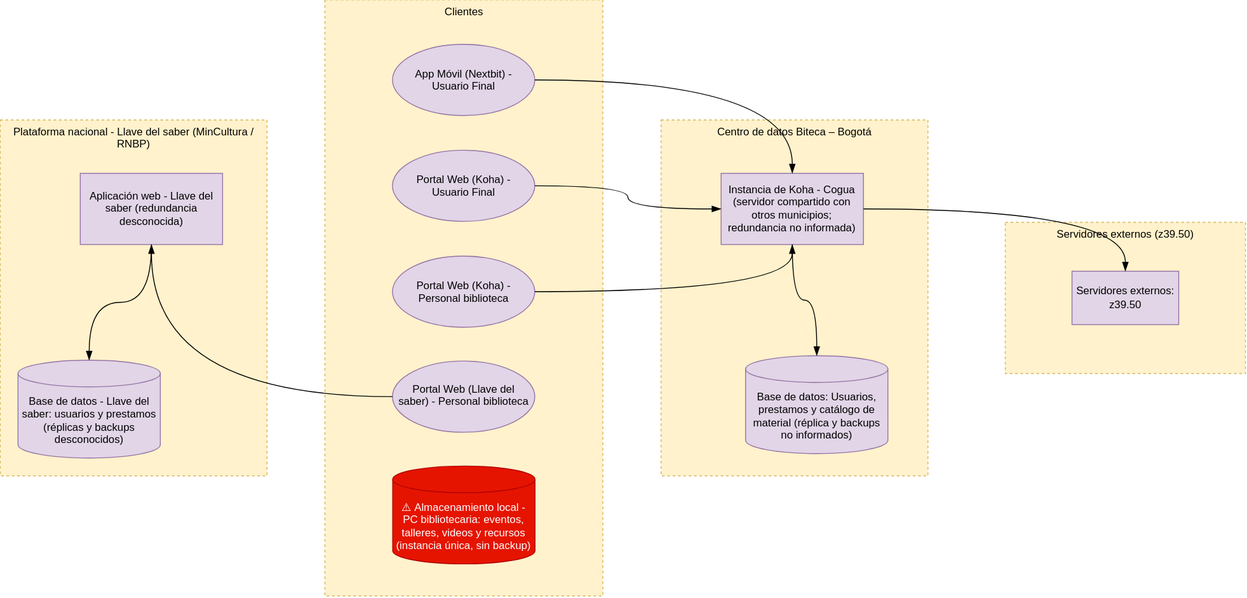
Earlier version of the draw.io export 04-infraestructura/mapa-final.drawio.svg (Jorgealis/PROYECTO-ARQUI-EMPRESARIAL). Source tidied: cells renumbered, new cells last; positions are measured from the earlier drawing's top-left corner, leaving out a move shared by most shapes.
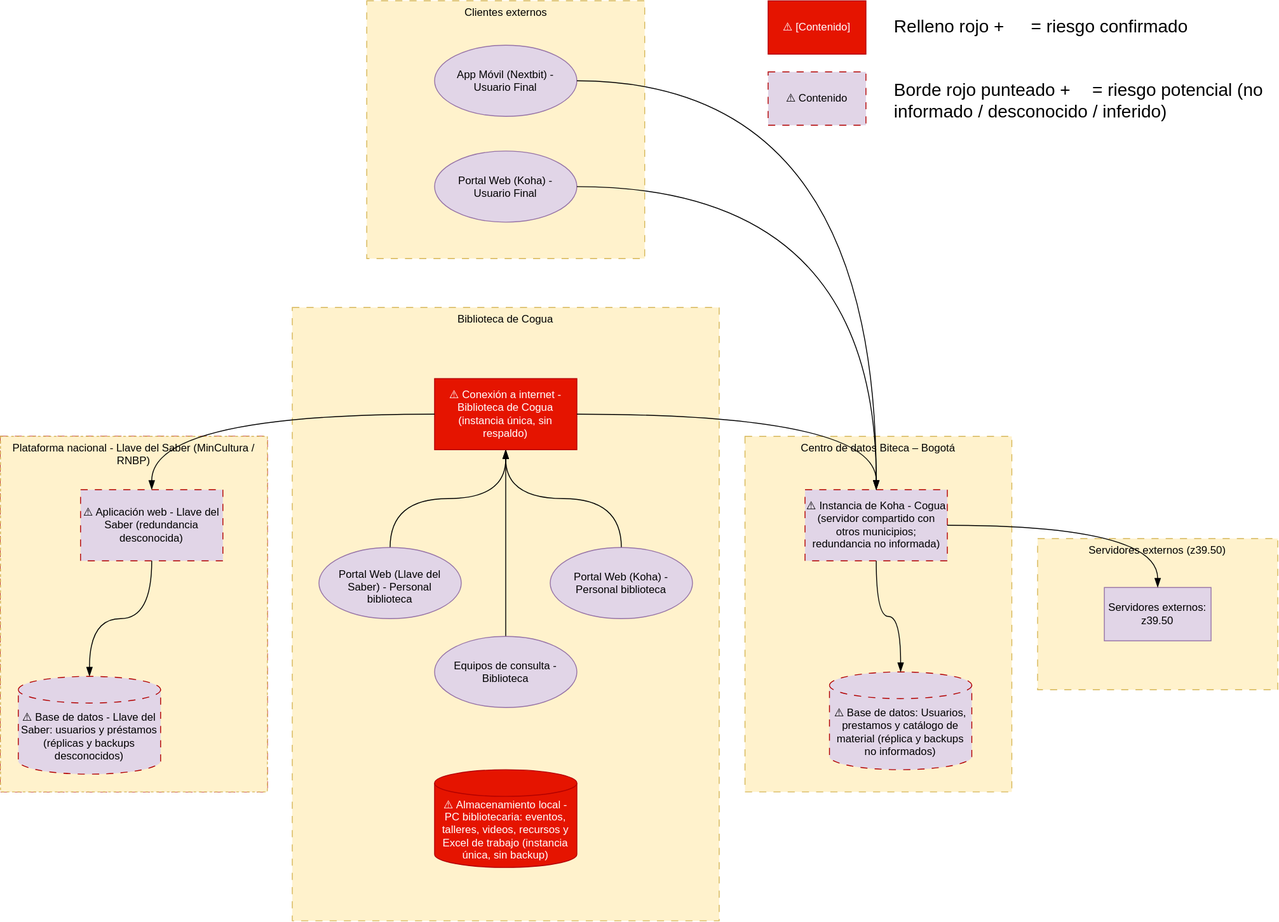
Above is the later version.

Change to the diagram source:
```diff
@@ -2,80 +2,113 @@
   <root>
     <mxCell id="0" />
     <mxCell id="1" parent="0" />
-    <mxCell id="2" style="group;fontColor=default;" parent="1" vertex="1">
-      <mxGeometry x="365" width="312.5" height="670" as="geometry" />
-    </mxCell>
-    <mxCell id="3" value="Clientes" style="whiteSpace=wrap;html=1;verticalAlign=top;fillColor=#fff2cc;strokeColor=#d6b656;dashed=1;strokeWidth=1;" parent="2" vertex="1">
-      <mxGeometry width="312.5" height="670" as="geometry" />
-    </mxCell>
-    <mxCell id="4" value="Portal Web (Llave del saber) - Personal biblioteca" style="ellipse;whiteSpace=wrap;html=1;shapeInside=1;fillColor=#e1d5e7;strokeColor=#9673a6;" parent="2" vertex="1">
-      <mxGeometry x="76" y="406" width="160" height="80" as="geometry" />
-    </mxCell>
-    <mxCell id="5" value="App Móvil (Nextbit) - Usuario Final" style="ellipse;whiteSpace=wrap;html=1;shapeInside=1;fillColor=#e1d5e7;strokeColor=#9673a6;" parent="2" vertex="1">
-      <mxGeometry x="76" y="50" width="160" height="80" as="geometry" />
-    </mxCell>
-    <mxCell id="6" value="Portal Web (Koha) - Usuario Final" style="ellipse;whiteSpace=wrap;html=1;shapeInside=1;fillColor=#e1d5e7;strokeColor=#9673a6;" parent="2" vertex="1">
-      <mxGeometry x="76" y="169" width="160" height="80" as="geometry" />
-    </mxCell>
-    <mxCell id="7" value="Portal Web (Koha) - Personal biblioteca" style="ellipse;whiteSpace=wrap;html=1;shapeInside=1;fillColor=#e1d5e7;strokeColor=#9673a6;" parent="2" vertex="1">
-      <mxGeometry x="76" y="288" width="160" height="80" as="geometry" />
-    </mxCell>
-    <mxCell id="8" value="&lt;span style=&quot;color: rgb(255, 255, 255);&quot;&gt;&lt;span style=&quot;font-size: 12px;&quot;&gt;⚠️&lt;/span&gt;&lt;font&gt;&amp;nbsp;&lt;/font&gt;Almacenamiento local - PC bibliotecaria: eventos, talleres, videos y recursos (instancia única, sin backup)&lt;/span&gt;" style="shape=cylinder3;whiteSpace=wrap;html=1;boundedLbl=1;backgroundOutline=1;size=15;fillColor=#e51400;strokeColor=#B20000;labelBackgroundColor=none;fontColor=#ffffff;" parent="2" vertex="1">
-      <mxGeometry x="76.2" y="524" width="160" height="110" as="geometry" />
-    </mxCell>
+    <mxCell id="27" style="group;" parent="1" vertex="1">
+      <mxGeometry x="-110" y="-60" width="300" height="400" as="geometry" />
+    </mxCell>
-    <mxCell id="9" style="group;" parent="1" vertex="1">
-      <mxGeometry y="135" width="300" height="400" as="geometry" />
+    <mxCell id="9" style="group;dashed=1;dashPattern=8 8;strokeColor=#B20000;align=center;verticalAlign=middle;fontFamily=Helvetica;fontSize=12;fontColor=default;fillColor=#e1d5e7;" parent="27" vertex="1">
+      <mxGeometry width="300" height="400" as="geometry" />
     </mxCell>
-    <mxCell id="10" value="Plataforma nacional - Llave del saber (MinCultura / RNBP)" style="whiteSpace=wrap;html=1;strokeColor=#d6b656;align=center;verticalAlign=top;fontFamily=Helvetica;fontSize=12;fontColor=default;fillColor=#fff2cc;dashed=1;strokeWidth=1;" parent="9" vertex="1">
+    <mxCell id="10" value="Plataforma nacional - Llave del Saber (MinCultura / RNBP)" style="whiteSpace=wrap;html=1;strokeColor=#d6b656;align=center;verticalAlign=top;fontFamily=Helvetica;fontSize=12;fontColor=default;fillColor=#fff2cc;dashed=1;strokeWidth=1;" parent="27" vertex="1">
       <mxGeometry width="300" height="400" as="geometry" />
     </mxCell>
-    <mxCell id="11" value="Aplicación web - Llave del saber (redundancia desconocida)" style="whiteSpace=wrap;html=1;fillColor=#e1d5e7;strokeColor=#9673a6;" parent="9" vertex="1">
+    <mxCell id="11" value="⚠️ Aplicación web - Llave del Saber (redundancia desconocida)" style="whiteSpace=wrap;html=1;fillColor=#e1d5e7;strokeColor=#B20000;dashed=1;align=center;verticalAlign=middle;fontFamily=Helvetica;fontSize=12;fontColor=default;dashPattern=8 8;" parent="27" vertex="1">
       <mxGeometry x="90" y="60" width="160" height="80" as="geometry" />
     </mxCell>
-    <mxCell id="12" value="Base de datos - Llave del saber: usuarios y prestamos (réplicas y backups desconocidos)" style="shape=cylinder3;whiteSpace=wrap;html=1;boundedLbl=1;backgroundOutline=1;size=15;fillColor=#e1d5e7;strokeColor=#9673a6;" parent="9" vertex="1">
+    <mxCell id="12" value="⚠️ Base de datos - Llave del Saber: usuarios y préstamos (réplicas y backups desconocidos)" style="shape=cylinder3;whiteSpace=wrap;html=1;boundedLbl=1;backgroundOutline=1;size=15;fillColor=#e1d5e7;strokeColor=#B20000;dashed=1;align=center;verticalAlign=middle;fontFamily=Helvetica;fontSize=12;fontColor=default;dashPattern=8 8;" parent="27" vertex="1">
       <mxGeometry x="20" y="270" width="160" height="110" as="geometry" />
     </mxCell>
-    <mxCell id="13" style="shape=connector;rounded=0;jettySize=auto;html=1;strokeColor=default;align=center;verticalAlign=middle;fontFamily=Helvetica;fontSize=11;fontColor=default;labelBackgroundColor=none;startSize=8;endArrow=blockThin;endFill=1;endSize=8;edgeStyle=orthogonalEdgeStyle;curved=1;" parent="9" edge="1" source="11" target="12">
+    <mxCell id="13" style="shape=connector;rounded=0;jettySize=auto;html=1;strokeColor=default;align=center;verticalAlign=middle;fontFamily=Helvetica;fontSize=11;fontColor=default;labelBackgroundColor=none;startSize=8;endArrow=blockThin;endFill=1;endSize=8;edgeStyle=orthogonalEdgeStyle;curved=1;" parent="27" edge="1" source="11" target="12">
       <mxGeometry relative="1" as="geometry" />
     </mxCell>
-    <mxCell id="14" style="group;" parent="1" vertex="1">
-      <mxGeometry x="743" y="135" width="300" height="400" as="geometry" />
-    </mxCell>
+    <mxCell id="28" style="group;" parent="1" vertex="1">
+      <mxGeometry x="301.8" y="-550" width="312.5" height="290" as="geometry" />
+    </mxCell>
+    <mxCell id="3" value="Clientes externos" style="whiteSpace=wrap;html=1;verticalAlign=top;fillColor=#fff2cc;strokeColor=#d6b656;dashed=1;strokeWidth=1;dashPattern=8 8;" parent="28" vertex="1">
+      <mxGeometry width="312.5" height="290" as="geometry" />
+    </mxCell>
+    <mxCell id="5" value="App Móvil (Nextbit) - Usuario Final" style="ellipse;whiteSpace=wrap;html=1;shapeInside=1;fillColor=#e1d5e7;strokeColor=#9673a6;" parent="28" vertex="1">
+      <mxGeometry x="76.2" y="50" width="160" height="80" as="geometry" />
+    </mxCell>
+    <mxCell id="6" value="Portal Web (Koha) - Usuario Final" style="ellipse;whiteSpace=wrap;html=1;shapeInside=1;fillColor=#e1d5e7;strokeColor=#9673a6;" parent="28" vertex="1">
+      <mxGeometry x="76.2" y="169" width="160" height="80" as="geometry" />
+    </mxCell>
+    <mxCell id="29" style="group;" parent="1" vertex="1">
+      <mxGeometry x="1056" y="55" width="270" height="170" as="geometry" />
+    </mxCell>
+    <mxCell id="20" value="Servidores externos (z39.50)" style="whiteSpace=wrap;html=1;strokeColor=#d6b656;align=center;verticalAlign=top;fontFamily=Helvetica;fontSize=12;fontColor=default;fillColor=#fff2cc;dashed=1;strokeWidth=1;dashPattern=8 8;" parent="29" vertex="1">
+      <mxGeometry width="270" height="170" as="geometry" />
+    </mxCell>
+    <mxCell id="21" value="Servidores externos: z39.50" style="whiteSpace=wrap;html=1;fillColor=#e1d5e7;strokeColor=#9673a6;" parent="29" vertex="1">
+      <mxGeometry x="75" y="55" width="120" height="60" as="geometry" />
+    </mxCell>
+    <mxCell id="30" style="group;" parent="1" vertex="1">
+      <mxGeometry x="727" y="-60" width="300" height="400" as="geometry" />
+    </mxCell>
-    <mxCell id="15" value="Centro de datos Biteca – Bogotá" style="whiteSpace=wrap;html=1;strokeColor=#d6b656;align=center;verticalAlign=top;fontFamily=Helvetica;fontSize=12;fontColor=default;fillColor=#fff2cc;dashed=1;strokeWidth=1;" parent="14" vertex="1">
+    <mxCell id="15" value="Centro de datos Biteca – Bogotá" style="whiteSpace=wrap;html=1;strokeColor=#d6b656;align=center;verticalAlign=top;fontFamily=Helvetica;fontSize=12;fontColor=default;fillColor=#fff2cc;dashed=1;strokeWidth=1;dashPattern=8 8;" parent="30" vertex="1">
       <mxGeometry width="300" height="400" as="geometry" />
     </mxCell>
-    <mxCell id="16" value="Instancia de Koha - Cogua (servidor compartido con otros municipios; redundancia no informada)" style="whiteSpace=wrap;html=1;fillColor=#e1d5e7;strokeColor=#9673a6;" parent="14" vertex="1">
+    <mxCell id="16" value="⚠️ Instancia de Koha - Cogua (servidor compartido con otros municipios; redundancia no informada)" style="whiteSpace=wrap;html=1;fillColor=#e1d5e7;strokeColor=#B20000;align=center;verticalAlign=middle;fontFamily=Helvetica;fontSize=12;fontColor=default;dashed=1;dashPattern=8 8;" parent="30" vertex="1">
       <mxGeometry x="67.5" y="60" width="160" height="80" as="geometry" />
     </mxCell>
-    <mxCell id="17" value="Base de datos: Usuarios, prestamos y catálogo de material (réplica y backups no informados)" style="shape=cylinder3;whiteSpace=wrap;html=1;boundedLbl=1;backgroundOutline=1;size=15;fillColor=#e1d5e7;strokeColor=#9673a6;" parent="14" vertex="1">
+    <mxCell id="17" value="⚠️ Base de datos: Usuarios, prestamos y catálogo de material (réplica y backups no informados)" style="shape=cylinder3;whiteSpace=wrap;html=1;boundedLbl=1;backgroundOutline=1;size=15;fillColor=#e1d5e7;strokeColor=#B20000;dashed=1;align=center;verticalAlign=middle;fontFamily=Helvetica;fontSize=12;fontColor=default;dashPattern=8 8;" parent="30" vertex="1">
       <mxGeometry x="95" y="265" width="160" height="110" as="geometry" />
     </mxCell>
-    <mxCell id="18" style="shape=connector;rounded=0;jettySize=auto;html=1;strokeColor=default;align=center;verticalAlign=middle;fontFamily=Helvetica;fontSize=11;fontColor=default;labelBackgroundColor=none;startSize=8;endArrow=blockThin;endFill=1;endSize=8;edgeStyle=orthogonalEdgeStyle;curved=1;" parent="14" edge="1" source="16" target="17">
+    <mxCell id="18" style="shape=connector;rounded=0;jettySize=auto;html=1;strokeColor=default;align=center;verticalAlign=middle;fontFamily=Helvetica;fontSize=11;fontColor=default;labelBackgroundColor=none;startSize=8;endArrow=blockThin;endFill=1;endSize=8;edgeStyle=orthogonalEdgeStyle;curved=1;" parent="30" edge="1" source="16" target="17">
       <mxGeometry relative="1" as="geometry" />
     </mxCell>
-    <mxCell id="19" style="group;" parent="1" vertex="1">
-      <mxGeometry x="1130" y="250" width="270" height="170" as="geometry" />
-    </mxCell>
-    <mxCell id="20" value="Servidores externos (z39.50)" style="whiteSpace=wrap;html=1;strokeColor=#d6b656;align=center;verticalAlign=top;fontFamily=Helvetica;fontSize=12;fontColor=default;fillColor=#fff2cc;dashed=1;strokeWidth=1;" parent="19" vertex="1">
-      <mxGeometry width="270" height="170" as="geometry" />
-    </mxCell>
-    <mxCell id="21" value="Servidores externos: z39.50" style="whiteSpace=wrap;html=1;fillColor=#e1d5e7;strokeColor=#9673a6;" parent="19" vertex="1">
-      <mxGeometry x="75" y="55" width="120" height="60" as="geometry" />
-    </mxCell>
+    <mxCell id="31" style="group;" parent="1" vertex="1">
+      <mxGeometry x="218" y="-205" width="480" height="690" as="geometry" />
+    </mxCell>
+    <mxCell id="32" value="Biblioteca de Cogua" style="whiteSpace=wrap;html=1;strokeColor=#d6b656;align=center;verticalAlign=top;fontFamily=Helvetica;fontSize=12;fontColor=default;fillColor=#fff2cc;dashed=1;strokeWidth=1;dashPattern=8 8;" parent="31" vertex="1">
+      <mxGeometry width="480" height="690" as="geometry" />
+    </mxCell>
+    <mxCell id="33" style="edgeStyle=orthogonalEdgeStyle;shape=connector;curved=1;rounded=0;jettySize=auto;html=1;strokeColor=default;align=center;verticalAlign=middle;fontFamily=Helvetica;fontSize=11;fontColor=default;labelBackgroundColor=none;startSize=8;endArrow=blockThin;endFill=1;endSize=8;" parent="31" edge="1" source="4" target="37">
+      <mxGeometry relative="1" as="geometry" />
+    </mxCell>
+    <mxCell id="4" value="Portal Web (Llave del Saber) - Personal biblioteca" style="ellipse;whiteSpace=wrap;html=1;shapeInside=1;fillColor=#e1d5e7;strokeColor=#9673a6;" parent="31" vertex="1">
+      <mxGeometry x="30" y="270" width="160" height="80" as="geometry" />
+    </mxCell>
+    <mxCell id="34" style="edgeStyle=orthogonalEdgeStyle;shape=connector;curved=1;rounded=0;jettySize=auto;html=1;strokeColor=default;align=center;verticalAlign=middle;fontFamily=Helvetica;fontSize=11;fontColor=default;labelBackgroundColor=none;startSize=8;endArrow=blockThin;endFill=1;endSize=8;" parent="31" edge="1" source="7" target="37">
+      <mxGeometry relative="1" as="geometry" />
+    </mxCell>
+    <mxCell id="7" value="Portal Web (Koha) - Personal biblioteca" style="ellipse;whiteSpace=wrap;html=1;shapeInside=1;fillColor=#e1d5e7;strokeColor=#9673a6;" parent="31" vertex="1">
+      <mxGeometry x="290" y="270" width="160" height="80" as="geometry" />
+    </mxCell>
+    <mxCell id="8" value="&lt;span style=&quot;color: rgb(255, 255, 255);&quot;&gt;&lt;span style=&quot;font-size: 12px;&quot;&gt;⚠️&lt;/span&gt;&lt;font&gt;&amp;nbsp;&lt;/font&gt;Almacenamiento local - PC bibliotecaria: eventos, talleres, videos, recursos y Excel de trabajo (instancia única, sin backup)&lt;/span&gt;" style="shape=cylinder3;whiteSpace=wrap;html=1;boundedLbl=1;backgroundOutline=1;size=15;fillColor=#e51400;strokeColor=#B20000;labelBackgroundColor=none;fontColor=#ffffff;" parent="31" vertex="1">
+      <mxGeometry x="160" y="520" width="160" height="110" as="geometry" />
+    </mxCell>
+    <mxCell id="35" style="edgeStyle=orthogonalEdgeStyle;shape=connector;curved=1;rounded=0;jettySize=auto;html=1;strokeColor=default;align=center;verticalAlign=middle;fontFamily=Helvetica;fontSize=11;fontColor=default;labelBackgroundColor=none;startSize=8;endArrow=blockThin;endFill=1;endSize=8;" parent="31" edge="1" source="36" target="37">
+      <mxGeometry relative="1" as="geometry" />
+    </mxCell>
+    <mxCell id="36" value="Equipos de consulta - Biblioteca" style="ellipse;whiteSpace=wrap;html=1;shapeInside=1;fillColor=#e1d5e7;strokeColor=#9673a6;" parent="31" vertex="1">
+      <mxGeometry x="160" y="370" width="160" height="80" as="geometry" />
+    </mxCell>
+    <mxCell id="37" value="⚠️ Conexión a internet - Biblioteca de Cogua (instancia única, sin respaldo)" style="whiteSpace=wrap;html=1;fillColor=#e51400;strokeColor=#B20000;align=center;verticalAlign=middle;fontFamily=Helvetica;fontSize=12;fontColor=#ffffff;labelBackgroundColor=none;" parent="31" vertex="1">
+      <mxGeometry x="160" y="80" width="160" height="80" as="geometry" />
+    </mxCell>
     <mxCell id="22" style="shape=connector;rounded=0;jettySize=auto;html=1;strokeColor=default;align=center;verticalAlign=middle;fontFamily=Helvetica;fontSize=11;fontColor=default;labelBackgroundColor=none;startSize=8;endArrow=blockThin;endFill=1;endSize=8;edgeStyle=orthogonalEdgeStyle;curved=1;" parent="1" edge="1" source="5" target="16">
       <mxGeometry relative="1" as="geometry" />
     </mxCell>
     <mxCell id="23" style="shape=connector;rounded=0;jettySize=auto;html=1;strokeColor=default;align=center;verticalAlign=middle;fontFamily=Helvetica;fontSize=11;fontColor=default;labelBackgroundColor=none;startSize=8;endArrow=blockThin;endFill=1;endSize=8;edgeStyle=orthogonalEdgeStyle;curved=1;" parent="1" edge="1" source="6" target="16">
       <mxGeometry relative="1" as="geometry" />
     </mxCell>
-    <mxCell id="24" style="shape=connector;rounded=0;jettySize=auto;html=1;strokeColor=default;align=center;verticalAlign=middle;fontFamily=Helvetica;fontSize=11;fontColor=default;labelBackgroundColor=none;startSize=8;endArrow=blockThin;endFill=1;endSize=8;edgeStyle=orthogonalEdgeStyle;curved=1;" parent="1" edge="1" source="7" target="16">
-      <mxGeometry relative="1" as="geometry" />
-    </mxCell>
     <mxCell id="25" style="shape=connector;rounded=0;jettySize=auto;html=1;strokeColor=default;align=center;verticalAlign=middle;fontFamily=Helvetica;fontSize=11;fontColor=default;labelBackgroundColor=none;startSize=8;endArrow=blockThin;endFill=1;endSize=8;edgeStyle=orthogonalEdgeStyle;curved=1;" parent="1" edge="1" source="16" target="21">
       <mxGeometry relative="1" as="geometry" />
     </mxCell>
-    <mxCell id="26" style="edgeStyle=orthogonalEdgeStyle;shape=connector;curved=1;rounded=0;jettySize=auto;html=1;strokeColor=default;align=center;verticalAlign=middle;fontFamily=Helvetica;fontSize=11;fontColor=default;labelBackgroundColor=none;startSize=8;endArrow=blockThin;endFill=1;endSize=8;" parent="1" edge="1" source="4" target="11">
-      <mxGeometry relative="1" as="geometry" />
-    </mxCell>
+    <mxCell id="38" style="edgeStyle=orthogonalEdgeStyle;shape=connector;curved=1;rounded=0;jettySize=auto;html=1;strokeColor=default;align=center;verticalAlign=middle;fontFamily=Helvetica;fontSize=11;fontColor=default;labelBackgroundColor=none;startSize=8;endArrow=blockThin;endFill=1;endSize=8;" parent="1" edge="1" source="37" target="16">
+      <mxGeometry relative="1" as="geometry" />
+    </mxCell>
+    <mxCell id="39" style="edgeStyle=orthogonalEdgeStyle;shape=connector;curved=1;rounded=0;jettySize=auto;html=1;strokeColor=default;align=center;verticalAlign=middle;fontFamily=Helvetica;fontSize=11;fontColor=default;labelBackgroundColor=none;startSize=8;endArrow=blockThin;endFill=1;endSize=8;" parent="1" edge="1" source="37" target="11">
+      <mxGeometry relative="1" as="geometry" />
+    </mxCell>
+    <mxCell id="40" value="&lt;div&gt;&lt;span style=&quot;background-color: transparent; color: light-dark(rgb(0, 0, 0), rgb(255, 255, 255));&quot;&gt;Relleno rojo +&amp;nbsp;&lt;/span&gt;&lt;span style=&quot;color: rgb(255, 255, 255); text-align: center; background-color: transparent;&quot;&gt;&lt;font&gt;⚠️&lt;/font&gt;&lt;/span&gt;&lt;span style=&quot;color: rgb(255, 255, 255); text-align: center; background-color: transparent;&quot;&gt;&amp;nbsp;&lt;/span&gt;&lt;span style=&quot;background-color: transparent; color: light-dark(rgb(0, 0, 0), rgb(255, 255, 255));&quot;&gt;= riesgo confirmado&lt;/span&gt;&lt;/div&gt;&lt;div&gt;&lt;span style=&quot;background-color: transparent; color: light-dark(rgb(0, 0, 0), rgb(255, 255, 255));&quot;&gt;&lt;br&gt;&lt;/span&gt;&lt;/div&gt;&lt;div&gt;&lt;span style=&quot;background-color: transparent; color: light-dark(rgb(0, 0, 0), rgb(255, 255, 255));&quot;&gt;&lt;br&gt;&lt;/span&gt;&lt;/div&gt;&lt;div&gt;&lt;span style=&quot;background-color: transparent; color: light-dark(rgb(0, 0, 0), rgb(255, 255, 255));&quot;&gt;Borde rojo punteado +&amp;nbsp;&lt;/span&gt;&lt;span style=&quot;color: rgb(255, 255, 255); text-align: center; background-color: transparent;&quot;&gt;⚠️&lt;/span&gt;&lt;span style=&quot;background-color: transparent; color: light-dark(rgb(0, 0, 0), rgb(255, 255, 255));&quot;&gt;= riesgo potencial (no informado / desconocido / inferido)&lt;/span&gt;&lt;/div&gt;" style="text;html=1;whiteSpace=wrap;strokeColor=none;fillColor=none;align=left;verticalAlign=top;rounded=0;fontSize=20;" parent="1" vertex="1">
+      <mxGeometry x="893" y="-540" width="433" height="110" as="geometry" />
+    </mxCell>
+    <mxCell id="41" value="⚠️ Contenido" style="whiteSpace=wrap;html=1;fillColor=#e1d5e7;strokeColor=#B20000;align=center;verticalAlign=middle;fontFamily=Helvetica;fontSize=12;fontColor=default;dashed=1;dashPattern=8 8;" parent="1" vertex="1">
+      <mxGeometry x="753" y="-470" width="110" height="60" as="geometry" />
+    </mxCell>
+    <mxCell id="42" value="⚠️ [Contenido]" style="whiteSpace=wrap;html=1;fillColor=#e51400;strokeColor=#B20000;align=center;verticalAlign=middle;fontFamily=Helvetica;fontSize=12;fontColor=#ffffff;labelBackgroundColor=none;" parent="1" vertex="1">
+      <mxGeometry x="753" y="-550" width="110" height="60" as="geometry" />
+    </mxCell>
   </root>
 </mxGraphModel>
```
